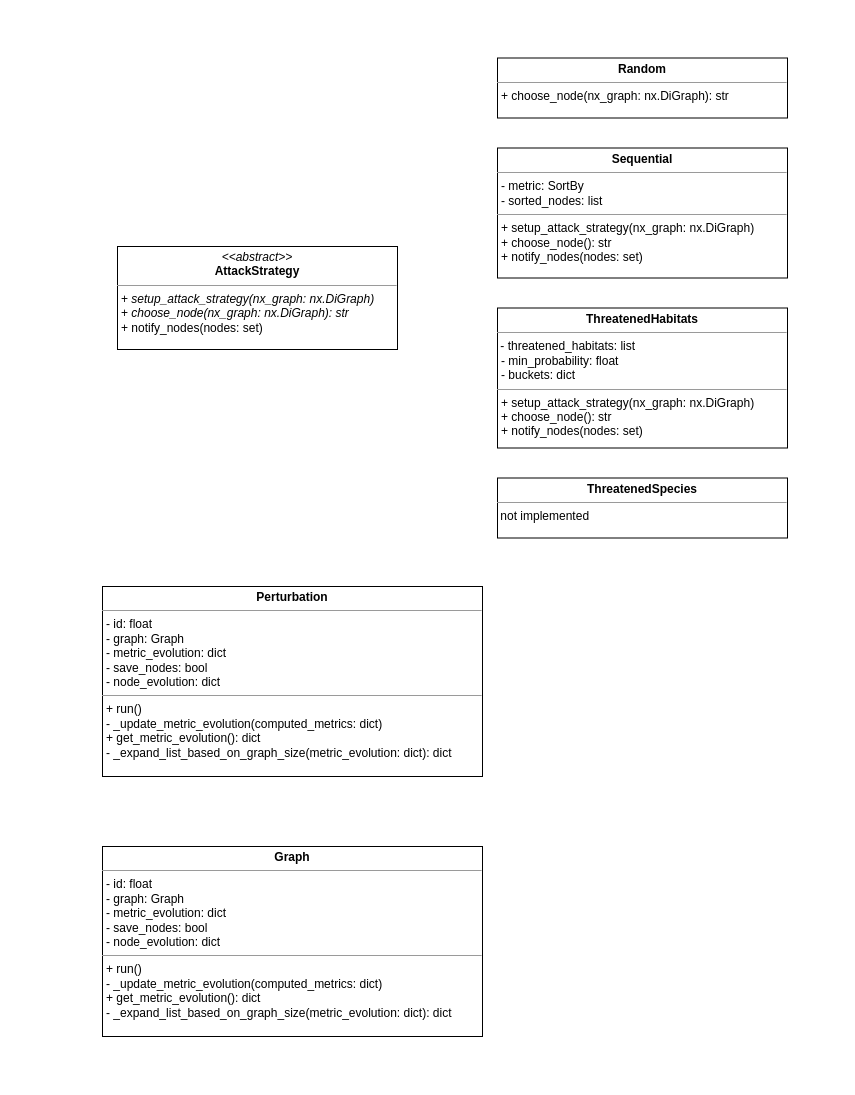
Earlier version of the draw.io diagram documentation/robustness-analysis-class-diagram.drawio (AlainJoss/foodweb-robustness-analysis). Source tidied: cells renumbered, new cells numbered last; positions are measured from the earlier drawing's top-left corner, leaving out a move shared by most shapes. Both pictures are drawn from the tidied source at 100%, with x=0, y=0 at pixel (102, 58).
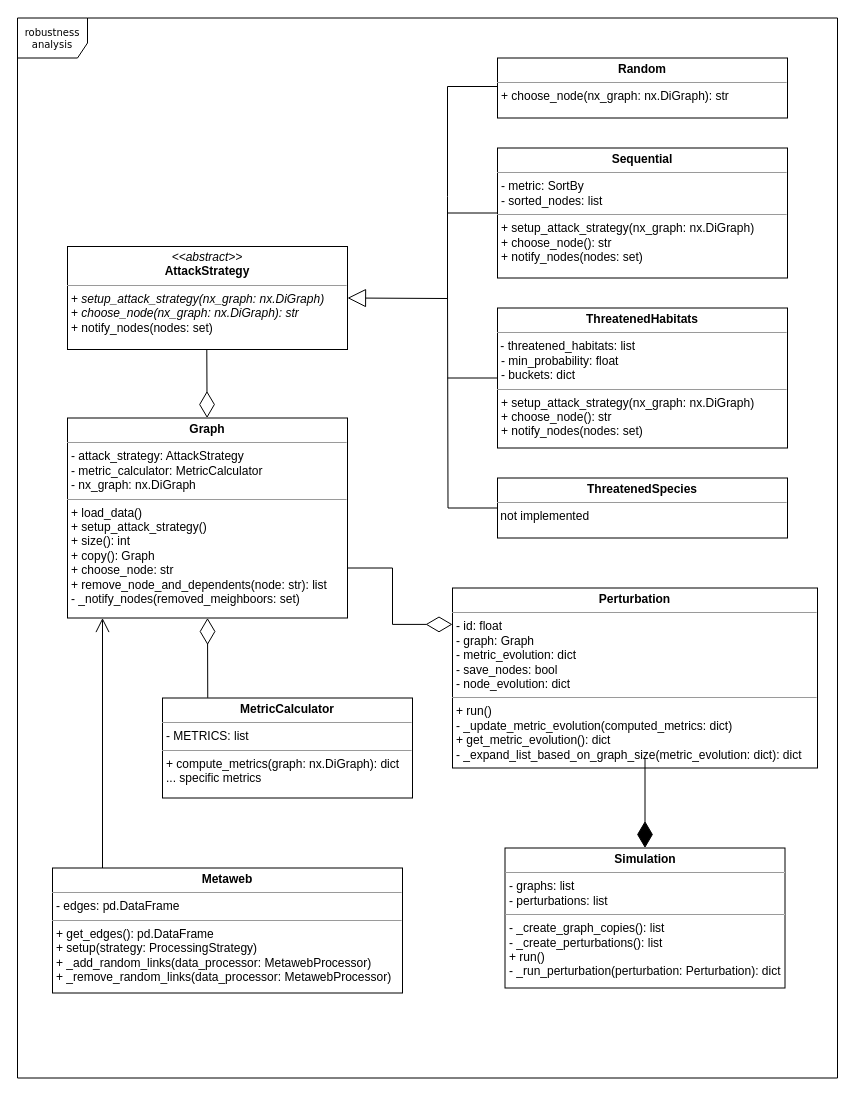
After the change.

Unchanged cells that the change refers to:
```xml
<mxCell id="7" value="&lt;p style=&quot;margin:0px;margin-top:4px;text-align:center;&quot;&gt;&lt;b&gt;Sequential&lt;/b&gt;&lt;/p&gt;&lt;hr size=&quot;1&quot;&gt;&lt;p style=&quot;margin:0px;margin-left:4px;&quot;&gt;- metric: SortBy&lt;br&gt;- sorted_nodes: list&lt;/p&gt;&lt;hr size=&quot;1&quot;&gt;&lt;p style=&quot;border-color: var(--border-color); margin: 0px 0px 0px 4px;&quot;&gt;+&amp;nbsp;&lt;span style=&quot;border-color: var(--border-color);&quot;&gt;setup_attack_strategy&lt;/span&gt;&lt;span style=&quot;border-color: var(--border-color); background-color: initial;&quot;&gt;&lt;span style=&quot;border-color: var(--border-color);&quot;&gt;(nx_graph: nx.DiGraph)&lt;/span&gt;&lt;/span&gt;&lt;br style=&quot;border-color: var(--border-color);&quot;&gt;&lt;/p&gt;&lt;p style=&quot;border-color: var(--border-color); margin: 0px 0px 0px 4px;&quot;&gt;+&amp;nbsp;&lt;span style=&quot;border-color: var(--border-color);&quot;&gt;choose_node&lt;/span&gt;&lt;span style=&quot;border-color: var(--border-color); background-color: initial;&quot;&gt;&lt;span style=&quot;border-color: var(--border-color);&quot;&gt;(): str&lt;/span&gt;&lt;/span&gt;&lt;/p&gt;&lt;p style=&quot;border-color: var(--border-color); margin: 0px 0px 0px 4px;&quot;&gt;&lt;span style=&quot;border-color: var(--border-color); background-color: initial;&quot;&gt;&lt;span style=&quot;border-color: var(--border-color);&quot;&gt;+ notify_nodes(nodes: set)&lt;/span&gt;&lt;/span&gt;&lt;/p&gt;" style="verticalAlign=top;align=left;overflow=fill;fontSize=12;fontFamily=Helvetica;html=1;rounded=0;shadow=0;comic=0;labelBackgroundColor=none;strokeWidth=1;" parent="1" vertex="1">
  <mxGeometry x="395" y="89.5" width="290" height="130" as="geometry" />
</mxCell>
<mxCell id="8" value="&lt;p style=&quot;margin:0px;margin-top:4px;text-align:center;&quot;&gt;&lt;b&gt;ThreatenedHabitats&lt;/b&gt;&lt;/p&gt;&lt;hr size=&quot;1&quot;&gt;&amp;nbsp;-&lt;span style=&quot;background-color: initial;&quot;&gt;&amp;nbsp;threatened_habitats&lt;/span&gt;&lt;span style=&quot;background-color: initial;&quot;&gt;: list&lt;/span&gt;&lt;br&gt;&lt;p style=&quot;margin:0px;margin-left:4px;&quot;&gt;- min_probability: float&lt;/p&gt;&lt;p style=&quot;margin:0px;margin-left:4px;&quot;&gt;- buckets: dict&lt;/p&gt;&lt;hr size=&quot;1&quot;&gt;&lt;p style=&quot;border-color: var(--border-color); margin: 0px 0px 0px 4px;&quot;&gt;+&amp;nbsp;&lt;span style=&quot;border-color: var(--border-color);&quot;&gt;setup_attack_strategy&lt;/span&gt;&lt;span style=&quot;border-color: var(--border-color); background-color: initial;&quot;&gt;&lt;span style=&quot;border-color: var(--border-color);&quot;&gt;(nx_graph: nx.DiGraph)&lt;/span&gt;&lt;/span&gt;&lt;br style=&quot;border-color: var(--border-color);&quot;&gt;&lt;/p&gt;&lt;p style=&quot;border-color: var(--border-color); margin: 0px 0px 0px 4px;&quot;&gt;+&amp;nbsp;&lt;span style=&quot;border-color: var(--border-color);&quot;&gt;choose_node&lt;/span&gt;&lt;span style=&quot;border-color: var(--border-color); background-color: initial;&quot;&gt;&lt;span style=&quot;border-color: var(--border-color);&quot;&gt;(): str&lt;/span&gt;&lt;/span&gt;&lt;/p&gt;&lt;p style=&quot;border-color: var(--border-color); margin: 0px 0px 0px 4px;&quot;&gt;&lt;span style=&quot;border-color: var(--border-color); background-color: initial;&quot;&gt;&lt;span style=&quot;border-color: var(--border-color);&quot;&gt;+ notify_nodes(nodes: set)&lt;/span&gt;&lt;/span&gt;&lt;/p&gt;" style="verticalAlign=top;align=left;overflow=fill;fontSize=12;fontFamily=Helvetica;html=1;rounded=0;shadow=0;comic=0;labelBackgroundColor=none;strokeWidth=1;" parent="1" vertex="1">
  <mxGeometry x="395" y="249.5" width="290" height="140" as="geometry" />
</mxCell>
<mxCell id="9" value="&lt;p style=&quot;margin:0px;margin-top:4px;text-align:center;&quot;&gt;&lt;b&gt;ThreatenedSpecies&lt;/b&gt;&lt;/p&gt;&lt;hr size=&quot;1&quot;&gt;&amp;nbsp;not implemented" style="verticalAlign=top;align=left;overflow=fill;fontSize=12;fontFamily=Helvetica;html=1;rounded=0;shadow=0;comic=0;labelBackgroundColor=none;strokeWidth=1;" parent="1" vertex="1">
  <mxGeometry x="395" y="419.5" width="290" height="60" as="geometry" />
</mxCell>
```

The edit, as a diff of the source:
```diff
@@
     <mxCell id="2" value="&lt;p style=&quot;margin:0px;margin-top:4px;text-align:center;&quot;&gt;&lt;i&gt;&amp;lt;&amp;lt;abstract&amp;gt;&amp;gt;&lt;/i&gt;&lt;br&gt;&lt;b&gt;AttackStrategy&lt;/b&gt;&lt;/p&gt;&lt;hr size=&quot;1&quot;&gt;&lt;p style=&quot;margin:0px;margin-left:4px;&quot;&gt;&lt;span style=&quot;background-color: initial;&quot;&gt;+&amp;nbsp;&lt;i&gt;setup_attack_strategy&lt;/i&gt;&lt;/span&gt;&lt;span style=&quot;background-color: initial;&quot;&gt;&lt;i&gt;(nx_graph: nx.DiGraph)&lt;/i&gt;&lt;/span&gt;&lt;br&gt;&lt;/p&gt;&lt;p style=&quot;border-color: var(--border-color); margin: 0px 0px 0px 4px;&quot;&gt;+&amp;nbsp;&lt;i style=&quot;border-color: var(--border-color);&quot;&gt;choose_node&lt;/i&gt;&lt;span style=&quot;border-color: var(--border-color); background-color: initial;&quot;&gt;&lt;i style=&quot;border-color: var(--border-color);&quot;&gt;(nx_graph: nx.DiGraph): str&lt;/i&gt;&lt;/span&gt;&lt;/p&gt;&lt;p style=&quot;margin:0px;margin-left:4px;&quot;&gt;+ notify_nodes(nodes: set)&lt;/p&gt;" style="verticalAlign=top;align=left;overflow=fill;fontSize=12;fontFamily=Helvetica;html=1;rounded=0;shadow=0;comic=0;labelBackgroundColor=none;strokeWidth=1;" parent="1" vertex="1">
-      <mxGeometry x="15" y="188" width="280" height="103" as="geometry" />
+      <mxGeometry x="-35" y="188" width="280" height="103" as="geometry" />
     </mxCell>
     <mxCell id="3" style="edgeStyle=orthogonalEdgeStyle;rounded=0;html=1;dashed=1;labelBackgroundColor=none;startFill=0;endArrow=open;endFill=0;endSize=10;fontFamily=Verdana;fontSize=10;" parent="1" edge="1">
       <mxGeometry relative="1" as="geometry">
-        <mxPoint x="405" y="248" as="targetPoint" />
+        <mxPoint x="350" y="239.5" as="targetPoint" />
         <Array as="points">
-          <mxPoint x="325" y="288" />
-          <mxPoint x="325" y="248" />
+          <mxPoint x="270" y="279.5" />
+          <mxPoint x="270" y="239.5" />
         </Array>
       </mxGeometry>
     </mxCell>
     <mxCell id="4" style="edgeStyle=orthogonalEdgeStyle;rounded=0;html=1;dashed=1;labelBackgroundColor=none;startFill=0;endArrow=open;endFill=0;endSize=10;fontFamily=Verdana;fontSize=10;" parent="1" edge="1">
       <mxGeometry relative="1" as="geometry">
-        <mxPoint x="335" y="408" as="targetPoint" />
+        <mxPoint x="280" y="399.5" as="targetPoint" />
         <Array as="points">
-          <mxPoint x="275" y="438" />
-          <mxPoint x="275" y="408" />
+          <mxPoint x="220" y="429.5" />
+          <mxPoint x="220" y="399.5" />
         </Array>
       </mxGeometry>
     </mxCell>
     <mxCell id="5" style="edgeStyle=orthogonalEdgeStyle;rounded=0;html=1;dashed=1;labelBackgroundColor=none;startFill=0;endArrow=open;endFill=0;endSize=10;fontFamily=Verdana;fontSize=10;" parent="1" edge="1">
       <mxGeometry relative="1" as="geometry">
-        <mxPoint x="335" y="468" as="targetPoint" />
+        <mxPoint x="280" y="459.5" as="targetPoint" />
       </mxGeometry>
     </mxCell>
@@
+    <mxCell id="12" style="edgeStyle=orthogonalEdgeStyle;rounded=0;jettySize=auto;html=1;endArrow=none;endFill=0;" parent="1" edge="1" source="7">
+      <mxGeometry relative="1" as="geometry">
+        <mxPoint x="345" y="154.5" as="targetPoint" />
+      </mxGeometry>
+    </mxCell>
@@
+    <mxCell id="13" style="edgeStyle=orthogonalEdgeStyle;rounded=0;jettySize=auto;html=1;endArrow=none;endFill=0;" parent="1" edge="1" source="8">
+      <mxGeometry relative="1" as="geometry">
+        <mxPoint x="345" y="319.5" as="targetPoint" />
+      </mxGeometry>
+    </mxCell>
@@
+    <mxCell id="14" style="edgeStyle=orthogonalEdgeStyle;rounded=0;jettySize=auto;html=1;endArrow=none;endFill=0;" parent="1" edge="1" source="9">
+      <mxGeometry relative="1" as="geometry">
+        <mxPoint x="345" y="228" as="targetPoint" />
+      </mxGeometry>
+    </mxCell>
@@
     <mxCell id="10" value="&lt;p style=&quot;margin:0px;margin-top:4px;text-align:center;&quot;&gt;&lt;b&gt;Perturbation&lt;/b&gt;&lt;/p&gt;&lt;hr size=&quot;1&quot;&gt;&lt;p style=&quot;margin:0px;margin-left:4px;&quot;&gt;- id: float&lt;br&gt;- graph: Graph&lt;/p&gt;&lt;p style=&quot;margin:0px;margin-left:4px;&quot;&gt;- metric_evolution: dict&lt;/p&gt;&lt;p style=&quot;margin:0px;margin-left:4px;&quot;&gt;- save_nodes: bool&lt;/p&gt;&lt;p style=&quot;margin:0px;margin-left:4px;&quot;&gt;- node_evolution: dict&lt;/p&gt;&lt;hr size=&quot;1&quot;&gt;&lt;p style=&quot;border-color: var(--border-color); margin: 0px 0px 0px 4px;&quot;&gt;+ run()&lt;/p&gt;&lt;p style=&quot;border-color: var(--border-color); margin: 0px 0px 0px 4px;&quot;&gt;-&amp;nbsp;_update_metric_evolution(computed_metrics: dict)&lt;/p&gt;&lt;p style=&quot;border-color: var(--border-color); margin: 0px 0px 0px 4px;&quot;&gt;+ get_metric_evolution(): dict&lt;/p&gt;&lt;p style=&quot;border-color: var(--border-color); margin: 0px 0px 0px 4px;&quot;&gt;-&amp;nbsp;_expand_list_based_on_graph_size(metric_evolution: dict): dict&lt;/p&gt;" style="verticalAlign=top;align=left;overflow=fill;fontSize=12;fontFamily=Helvetica;html=1;rounded=0;shadow=0;comic=0;labelBackgroundColor=none;strokeWidth=1;" parent="1" vertex="1">
-      <mxGeometry y="528" width="380" height="190" as="geometry" />
+      <mxGeometry x="350" y="529.5" width="365" height="180" as="geometry" />
     </mxCell>
+    <mxCell id="15" style="endArrow=block;endSize=16;endFill=0;html=1;rounded=0;entryX=1;entryY=0.5;entryDx=0;entryDy=0;" parent="1" edge="1" target="2">
+      <mxGeometry x="-0.12" y="-100" relative="1" as="geometry">
+        <mxPoint x="395" y="28" as="sourcePoint" />
+        <Array as="points">
+          <mxPoint x="345" y="28" />
+          <mxPoint x="345" y="138" />
+          <mxPoint x="345" y="240" />
+        </Array>
+        <mxPoint x="-1" as="offset" />
+      </mxGeometry>
+    </mxCell>
+    <mxCell id="16" value="&lt;p style=&quot;margin:0px;margin-top:4px;text-align:center;&quot;&gt;&lt;b&gt;Metaweb&lt;/b&gt;&lt;/p&gt;&lt;hr size=&quot;1&quot;&gt;&lt;p style=&quot;margin:0px;margin-left:4px;&quot;&gt;- edges: pd.DataFrame&lt;br&gt;&lt;/p&gt;&lt;hr size=&quot;1&quot;&gt;&lt;p style=&quot;border-color: var(--border-color); margin: 0px 0px 0px 4px;&quot;&gt;+ get_edges(): pd.DataFrame&lt;/p&gt;&lt;p style=&quot;border-color: var(--border-color); margin: 0px 0px 0px 4px;&quot;&gt;+ setup(strategy: ProcessingStrategy)&lt;/p&gt;&lt;p style=&quot;border-color: var(--border-color); margin: 0px 0px 0px 4px;&quot;&gt;+&amp;nbsp;_add_random_links&lt;span style=&quot;background-color: initial;&quot;&gt;(data_processor: MetawebProcessor)&lt;/span&gt;&lt;/p&gt;&lt;p style=&quot;border-color: var(--border-color); margin: 0px 0px 0px 4px;&quot;&gt;+&amp;nbsp;_remove_random_links&lt;span style=&quot;background-color: initial;&quot;&gt;(data_processor: MetawebProcessor)&lt;/span&gt;&lt;/p&gt;" style="verticalAlign=top;align=left;overflow=fill;fontSize=12;fontFamily=Helvetica;html=1;rounded=0;shadow=0;comic=0;labelBackgroundColor=none;strokeWidth=1;" parent="1" vertex="1">
+      <mxGeometry x="-50" y="809.5" width="350" height="125" as="geometry" />
+    </mxCell>
+    <mxCell id="17" style="endArrow=diamondThin;endFill=0;endSize=24;html=1;rounded=0;exitX=0.5;exitY=1;exitDx=0;exitDy=0;" parent="1" edge="1" target="11">
+      <mxGeometry relative="1" as="geometry">
+        <mxPoint x="104.3" y="291" as="sourcePoint" />
+      </mxGeometry>
+    </mxCell>
-    <mxCell id="11" value="&lt;p style=&quot;margin:0px;margin-top:4px;text-align:center;&quot;&gt;&lt;b&gt;Graph&lt;/b&gt;&lt;/p&gt;&lt;hr size=&quot;1&quot;&gt;&lt;p style=&quot;margin:0px;margin-left:4px;&quot;&gt;- id: float&lt;br&gt;- graph: Graph&lt;/p&gt;&lt;p style=&quot;margin:0px;margin-left:4px;&quot;&gt;- metric_evolution: dict&lt;/p&gt;&lt;p style=&quot;margin:0px;margin-left:4px;&quot;&gt;- save_nodes: bool&lt;/p&gt;&lt;p style=&quot;margin:0px;margin-left:4px;&quot;&gt;- node_evolution: dict&lt;/p&gt;&lt;hr size=&quot;1&quot;&gt;&lt;p style=&quot;border-color: var(--border-color); margin: 0px 0px 0px 4px;&quot;&gt;+ run()&lt;/p&gt;&lt;p style=&quot;border-color: var(--border-color); margin: 0px 0px 0px 4px;&quot;&gt;-&amp;nbsp;_update_metric_evolution(computed_metrics: dict)&lt;/p&gt;&lt;p style=&quot;border-color: var(--border-color); margin: 0px 0px 0px 4px;&quot;&gt;+ get_metric_evolution(): dict&lt;/p&gt;&lt;p style=&quot;border-color: var(--border-color); margin: 0px 0px 0px 4px;&quot;&gt;-&amp;nbsp;_expand_list_based_on_graph_size(metric_evolution: dict): dict&lt;/p&gt;" style="verticalAlign=top;align=left;overflow=fill;fontSize=12;fontFamily=Helvetica;html=1;rounded=0;shadow=0;comic=0;labelBackgroundColor=none;strokeWidth=1;" parent="1" vertex="1">
-      <mxGeometry y="788" width="380" height="190" as="geometry" />
+    <mxCell id="11" value="&lt;p style=&quot;margin:0px;margin-top:4px;text-align:center;&quot;&gt;&lt;b&gt;Graph&lt;/b&gt;&lt;/p&gt;&lt;hr size=&quot;1&quot;&gt;&lt;p style=&quot;margin:0px;margin-left:4px;&quot;&gt;- attack_strategy: AttackStrategy&lt;br&gt;- metric_calculator: MetricCalculator&lt;/p&gt;&lt;p style=&quot;margin:0px;margin-left:4px;&quot;&gt;- nx_graph: nx.DiGraph&lt;/p&gt;&lt;hr size=&quot;1&quot;&gt;&lt;p style=&quot;border-color: var(--border-color); margin: 0px 0px 0px 4px;&quot;&gt;+ load_data()&lt;/p&gt;&lt;p style=&quot;border-color: var(--border-color); margin: 0px 0px 0px 4px;&quot;&gt;+&amp;nbsp;setup_attack_strategy()&lt;/p&gt;&lt;p style=&quot;border-color: var(--border-color); margin: 0px 0px 0px 4px;&quot;&gt;+ size(): int&lt;br&gt;+ copy(): Graph&lt;/p&gt;&lt;p style=&quot;border-color: var(--border-color); margin: 0px 0px 0px 4px;&quot;&gt;+ choose_node: str&lt;/p&gt;&lt;p style=&quot;border-color: var(--border-color); margin: 0px 0px 0px 4px;&quot;&gt;&lt;span style=&quot;background-color: initial;&quot;&gt;+&amp;nbsp;&lt;/span&gt;remove_node_and_dependents(node: str): list&lt;/p&gt;&lt;p style=&quot;border-color: var(--border-color); margin: 0px 0px 0px 4px;&quot;&gt;- _notify_nodes(removed_meighboors:&amp;nbsp;set)&lt;br&gt;&lt;/p&gt;" style="verticalAlign=top;align=left;overflow=fill;fontSize=12;fontFamily=Helvetica;html=1;rounded=0;shadow=0;comic=0;labelBackgroundColor=none;strokeWidth=1;" parent="1" vertex="1">
+      <mxGeometry x="-35" y="359.5" width="280" height="200" as="geometry" />
     </mxCell>
+    <mxCell id="18" value="&lt;p style=&quot;margin:0px;margin-top:4px;text-align:center;&quot;&gt;&lt;b&gt;Simulation&lt;/b&gt;&lt;/p&gt;&lt;hr size=&quot;1&quot;&gt;&lt;p style=&quot;margin:0px;margin-left:4px;&quot;&gt;- graphs: list&lt;br&gt;&lt;/p&gt;&lt;p style=&quot;margin:0px;margin-left:4px;&quot;&gt;- perturbations: list&lt;/p&gt;&lt;hr size=&quot;1&quot;&gt;&lt;p style=&quot;border-color: var(--border-color); margin: 0px 0px 0px 4px;&quot;&gt;- _create_graph_copies&lt;span style=&quot;background-color: initial;&quot;&gt;(): list&lt;/span&gt;&lt;/p&gt;&lt;p style=&quot;border-color: var(--border-color); margin: 0px 0px 0px 4px;&quot;&gt;&lt;span style=&quot;background-color: initial;&quot;&gt;-&amp;nbsp;&lt;/span&gt;_create_perturbations(): list&lt;/p&gt;&lt;p style=&quot;border-color: var(--border-color); margin: 0px 0px 0px 4px;&quot;&gt;+ run()&lt;/p&gt;&lt;p style=&quot;border-color: var(--border-color); margin: 0px 0px 0px 4px;&quot;&gt;-&amp;nbsp;_run_perturbation(perturbation: Perturbation): dict&lt;/p&gt;&lt;p style=&quot;border-color: var(--border-color); margin: 0px 0px 0px 4px;&quot;&gt;&lt;span style=&quot;background-color: initial;&quot;&gt;&lt;br&gt;&lt;/span&gt;&lt;/p&gt;" style="verticalAlign=top;align=left;overflow=fill;fontSize=12;fontFamily=Helvetica;html=1;rounded=0;shadow=0;comic=0;labelBackgroundColor=none;strokeWidth=1;" parent="1" vertex="1">
+      <mxGeometry x="402.5" y="789.5" width="280" height="140" as="geometry" />
+    </mxCell>
+    <mxCell id="19" value="&lt;p style=&quot;margin:0px;margin-top:4px;text-align:center;&quot;&gt;&lt;b&gt;MetricCalculator&lt;/b&gt;&lt;/p&gt;&lt;hr size=&quot;1&quot;&gt;&lt;p style=&quot;margin:0px;margin-left:4px;&quot;&gt;- METRICS: list&lt;br&gt;&lt;/p&gt;&lt;hr size=&quot;1&quot;&gt;&lt;p style=&quot;border-color: var(--border-color); margin: 0px 0px 0px 4px;&quot;&gt;+&amp;nbsp;compute_metrics&lt;span style=&quot;background-color: initial;&quot;&gt;(graph: nx.DiGraph): dict&lt;/span&gt;&lt;/p&gt;&lt;p style=&quot;border-color: var(--border-color); margin: 0px 0px 0px 4px;&quot;&gt;... specific metrics&lt;/p&gt;" style="verticalAlign=top;align=left;overflow=fill;fontSize=12;fontFamily=Helvetica;html=1;rounded=0;shadow=0;comic=0;labelBackgroundColor=none;strokeWidth=1;" parent="1" vertex="1">
+      <mxGeometry x="60" y="639.5" width="250" height="100" as="geometry" />
+    </mxCell>
+    <mxCell id="20" style="endArrow=diamondThin;endFill=0;endSize=24;html=1;rounded=0;entryX=0.5;entryY=1;entryDx=0;entryDy=0;exitX=0.181;exitY=-0.002;exitDx=0;exitDy=0;exitPerimeter=0;" parent="1" edge="1" source="19" target="11">
+      <mxGeometry relative="1" as="geometry" />
+    </mxCell>
+    <mxCell id="21" style="endArrow=open;endFill=1;endSize=12;html=1;rounded=0;" parent="1" edge="1">
+      <mxGeometry relative="1" as="geometry">
+        <mxPoint y="809.5" as="sourcePoint" />
+        <mxPoint y="559.5" as="targetPoint" />
+      </mxGeometry>
+    </mxCell>
+    <mxCell id="22" style="endArrow=diamondThin;endFill=0;endSize=24;html=1;rounded=0;entryX=0;entryY=0.25;entryDx=0;entryDy=0;exitX=1;exitY=0.75;exitDx=0;exitDy=0;" parent="1" edge="1" source="11">
+      <mxGeometry relative="1" as="geometry">
+        <mxPoint x="350" y="565.9" as="targetPoint" />
+        <Array as="points">
+          <mxPoint x="290" y="509.5" />
+          <mxPoint x="290" y="565.9" />
+        </Array>
+      </mxGeometry>
+    </mxCell>
+    <mxCell id="23" style="endArrow=diamondThin;endFill=1;endSize=24;html=1;rounded=0;entryX=0.5;entryY=0;entryDx=0;entryDy=0;exitX=0.5;exitY=1;exitDx=0;exitDy=0;" parent="1" edge="1" target="18">
+      <mxGeometry relative="1" as="geometry">
+        <mxPoint x="542.5" y="699.5" as="sourcePoint" />
+      </mxGeometry>
+    </mxCell>
+    <mxCell id="24" value="robustness&lt;br&gt;analysis" style="shape=umlFrame;whiteSpace=wrap;html=1;rounded=0;shadow=0;comic=0;labelBackgroundColor=none;strokeWidth=1;fontFamily=Verdana;fontSize=10;align=center;width=70;height=40;" parent="1" vertex="1">
+      <mxGeometry x="-85" y="-40.5" width="820" height="1060" as="geometry" />
+    </mxCell>
```
